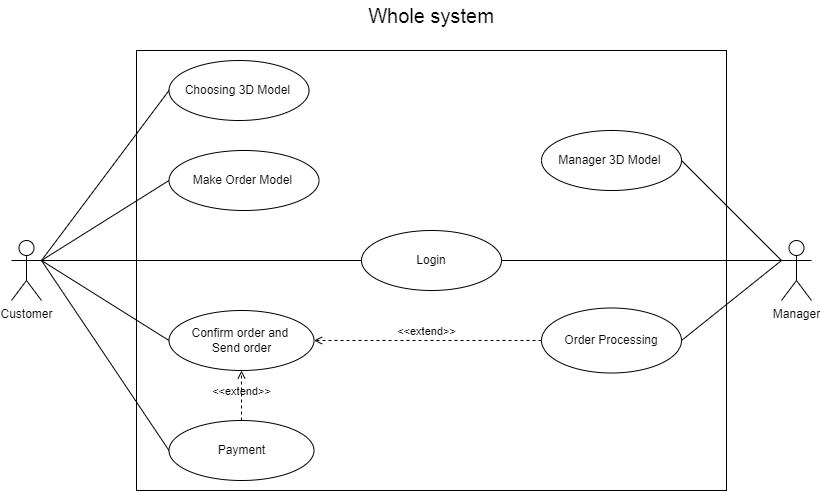
The draw.io diagram contents/images/usecase/DACNPM-WholeSystem.png in ngyngcphu/tick3D-docs, before a commit. Source tidied: cells renumbered, new cells last; positions are measured from the earlier drawing's top-left corner, leaving out a move shared by most shapes. Source of this version:
```xml
<mxGraphModel>
  <root>
    <mxCell id="0" />
    <mxCell id="1" parent="0" />
    <mxCell id="2" style="rounded=0;whiteSpace=wrap;html=1;" parent="1" vertex="1">
      <mxGeometry x="125" y="50" width="590" height="440" as="geometry" />
    </mxCell>
    <mxCell id="3" value="Customer" style="shape=umlActor;verticalLabelPosition=bottom;verticalAlign=top;html=1;outlineConnect=0;" parent="1" vertex="1">
      <mxGeometry y="240" width="30" height="60" as="geometry" />
    </mxCell>
    <mxCell id="4" value="Manager" style="shape=umlActor;verticalLabelPosition=bottom;verticalAlign=top;html=1;outlineConnect=0;" parent="1" vertex="1">
      <mxGeometry x="770" y="240" width="30" height="60" as="geometry" />
    </mxCell>
    <mxCell id="5" value="&lt;font style=&quot;font-size: 20px;&quot;&gt;Whole system&lt;/font&gt;" style="text;html=1;strokeColor=none;fillColor=none;align=center;verticalAlign=middle;whiteSpace=wrap;rounded=0;" parent="1" vertex="1">
      <mxGeometry x="285" width="270" height="30" as="geometry" />
    </mxCell>
    <mxCell id="6" value="Choosing 3D Model&amp;nbsp;" style="ellipse;whiteSpace=wrap;html=1;" parent="1" vertex="1">
      <mxGeometry x="157.5" y="60" width="140" height="60" as="geometry" />
    </mxCell>
    <mxCell id="7" value="Manager 3D Model&amp;nbsp;" style="ellipse;whiteSpace=wrap;html=1;" parent="1" vertex="1">
      <mxGeometry x="530" y="130" width="140" height="60" as="geometry" />
    </mxCell>
    <mxCell id="8" value="Make Order Model&amp;nbsp;" style="ellipse;whiteSpace=wrap;html=1;" parent="1" vertex="1">
      <mxGeometry x="157.5" y="150" width="150" height="60" as="geometry" />
    </mxCell>
    <mxCell id="9" value="Confirm order and&amp;nbsp;&lt;br&gt;Send order" style="ellipse;whiteSpace=wrap;html=1;" parent="1" vertex="1">
      <mxGeometry x="157.5" y="310" width="145" height="60" as="geometry" />
    </mxCell>
    <mxCell id="10" value="Payment" style="ellipse;whiteSpace=wrap;html=1;" parent="1" vertex="1">
      <mxGeometry x="157.5" y="420" width="145" height="60" as="geometry" />
    </mxCell>
    <mxCell id="11" value="Order Processing" style="ellipse;whiteSpace=wrap;html=1;" parent="1" vertex="1">
      <mxGeometry x="530" y="307.5" width="140" height="65" as="geometry" />
    </mxCell>
    <mxCell id="12" style="endArrow=none;html=1;rounded=0;entryX=0;entryY=0.5;entryDx=0;entryDy=0;" parent="1" edge="1" target="19">
      <mxGeometry relative="1" as="geometry">
        <mxPoint x="30" y="260" as="sourcePoint" />
      </mxGeometry>
    </mxCell>
    <mxCell id="13" style="endArrow=none;html=1;rounded=0;exitX=1;exitY=0.3333333333333333;exitDx=0;exitDy=0;exitPerimeter=0;entryX=0;entryY=0.5;entryDx=0;entryDy=0;" parent="1" edge="1" source="3" target="6">
      <mxGeometry relative="1" as="geometry" />
    </mxCell>
    <mxCell id="14" style="endArrow=none;html=1;rounded=0;exitX=1;exitY=0.3333333333333333;exitDx=0;exitDy=0;exitPerimeter=0;entryX=0;entryY=0.5;entryDx=0;entryDy=0;" parent="1" edge="1" source="3" target="9">
      <mxGeometry relative="1" as="geometry" />
    </mxCell>
    <mxCell id="15" style="endArrow=none;html=1;rounded=0;entryX=1;entryY=0.5;entryDx=0;entryDy=0;exitX=0;exitY=0.3333333333333333;exitDx=0;exitDy=0;exitPerimeter=0;" parent="1" edge="1" source="4" target="7">
      <mxGeometry relative="1" as="geometry" />
    </mxCell>
    <mxCell id="16" style="endArrow=none;html=1;rounded=0;entryX=0;entryY=0.3333333333333333;entryDx=0;entryDy=0;entryPerimeter=0;exitX=1;exitY=0.5;exitDx=0;exitDy=0;" parent="1" edge="1" source="11" target="4">
      <mxGeometry relative="1" as="geometry" />
    </mxCell>
    <mxCell id="17" style="endArrow=none;html=1;rounded=0;exitX=1;exitY=0.3333333333333333;exitDx=0;exitDy=0;exitPerimeter=0;entryX=0;entryY=0.5;entryDx=0;entryDy=0;" parent="1" edge="1" source="3" target="10">
      <mxGeometry relative="1" as="geometry" />
    </mxCell>
    <mxCell id="18" value="&amp;lt;&amp;lt;extend&amp;gt;&amp;gt;" style="html=1;verticalAlign=bottom;labelBackgroundColor=none;endArrow=open;endFill=0;dashed=1;rounded=0;exitX=0;exitY=0.5;exitDx=0;exitDy=0;entryX=1;entryY=0.5;entryDx=0;entryDy=0;" parent="1" edge="1" source="11" target="9">
      <mxGeometry relative="1" as="geometry" />
    </mxCell>
    <mxCell id="19" value="Login" style="ellipse;whiteSpace=wrap;html=1;" parent="1" vertex="1">
      <mxGeometry x="350" y="230" width="140" height="60" as="geometry" />
    </mxCell>
    <mxCell id="20" style="endArrow=none;html=1;rounded=0;exitX=1;exitY=0.5;exitDx=0;exitDy=0;entryX=0;entryY=0.3333333333333333;entryDx=0;entryDy=0;entryPerimeter=0;" parent="1" edge="1" source="19" target="4">
      <mxGeometry relative="1" as="geometry" />
    </mxCell>
    <mxCell id="21" style="endArrow=none;html=1;rounded=0;entryX=0;entryY=0.5;entryDx=0;entryDy=0;exitX=1;exitY=0.3333333333333333;exitDx=0;exitDy=0;exitPerimeter=0;" parent="1" edge="1" source="3" target="8">
      <mxGeometry relative="1" as="geometry" />
    </mxCell>
    <mxCell id="22" value="&amp;lt;&amp;lt;extend&amp;gt;&amp;gt;" style="html=1;verticalAlign=bottom;labelBackgroundColor=none;endArrow=open;endFill=0;dashed=1;rounded=0;entryX=0.5;entryY=1;entryDx=0;entryDy=0;exitX=0.5;exitY=0;exitDx=0;exitDy=0;" parent="1" edge="1" source="10" target="9">
      <mxGeometry x="-0.2" relative="1" as="geometry" />
    </mxCell>
  </root>
</mxGraphModel>
```
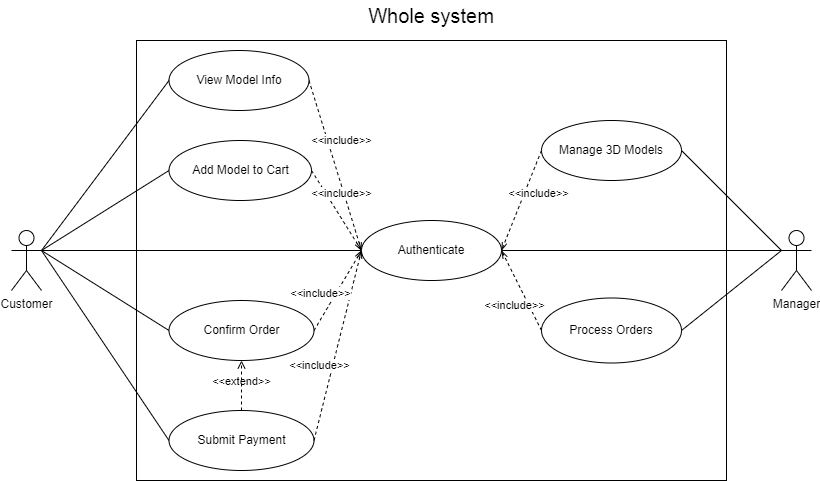
Above is the later version.

What changed in the source:
```diff
@@ -12,24 +12,27 @@
       <mxGeometry x="770" y="240" width="30" height="60" as="geometry" />
     </mxCell>
     <mxCell id="5" value="&lt;font style=&quot;font-size: 20px;&quot;&gt;Whole system&lt;/font&gt;" style="text;html=1;strokeColor=none;fillColor=none;align=center;verticalAlign=middle;whiteSpace=wrap;rounded=0;" parent="1" vertex="1">
-      <mxGeometry x="285" width="270" height="30" as="geometry" />
+      <mxGeometry x="285" y="10" width="270" height="30" as="geometry" />
     </mxCell>
+    <mxCell id="23" value="&amp;lt;&amp;lt;include&amp;gt;&amp;gt;" style="rounded=0;jettySize=auto;html=1;exitX=1;exitY=0.5;exitDx=0;exitDy=0;entryX=0;entryY=0.5;entryDx=0;entryDy=0;endArrow=openThin;endFill=0;dashed=1;sourcePerimeterSpacing=0;" parent="1" edge="1" source="6" target="19">
+      <mxGeometry x="-0.25" y="13" relative="1" as="geometry" />
+    </mxCell>
-    <mxCell id="6" value="Choosing 3D Model&amp;nbsp;" style="ellipse;whiteSpace=wrap;html=1;" parent="1" vertex="1">
+    <mxCell id="6" value="View Model Info" style="ellipse;whiteSpace=wrap;html=1;" parent="1" vertex="1">
       <mxGeometry x="157.5" y="60" width="140" height="60" as="geometry" />
     </mxCell>
-    <mxCell id="7" value="Manager 3D Model&amp;nbsp;" style="ellipse;whiteSpace=wrap;html=1;" parent="1" vertex="1">
+    <mxCell id="7" value="Manage 3D Models" style="ellipse;whiteSpace=wrap;html=1;" parent="1" vertex="1">
       <mxGeometry x="530" y="130" width="140" height="60" as="geometry" />
     </mxCell>
-    <mxCell id="8" value="Make Order Model&amp;nbsp;" style="ellipse;whiteSpace=wrap;html=1;" parent="1" vertex="1">
-      <mxGeometry x="157.5" y="150" width="150" height="60" as="geometry" />
+    <mxCell id="8" value="Add Model to Cart" style="ellipse;whiteSpace=wrap;html=1;" parent="1" vertex="1">
+      <mxGeometry x="157.5" y="150" width="142.5" height="60" as="geometry" />
     </mxCell>
-    <mxCell id="9" value="Confirm order and&amp;nbsp;&lt;br&gt;Send order" style="ellipse;whiteSpace=wrap;html=1;" parent="1" vertex="1">
+    <mxCell id="9" value="Confirm Order" style="ellipse;whiteSpace=wrap;html=1;" parent="1" vertex="1">
       <mxGeometry x="157.5" y="310" width="145" height="60" as="geometry" />
     </mxCell>
-    <mxCell id="10" value="Payment" style="ellipse;whiteSpace=wrap;html=1;" parent="1" vertex="1">
+    <mxCell id="10" value="Submit Payment" style="ellipse;whiteSpace=wrap;html=1;" parent="1" vertex="1">
       <mxGeometry x="157.5" y="420" width="145" height="60" as="geometry" />
     </mxCell>
-    <mxCell id="11" value="Order Processing" style="ellipse;whiteSpace=wrap;html=1;" parent="1" vertex="1">
+    <mxCell id="11" value="Process Orders" style="ellipse;whiteSpace=wrap;html=1;" parent="1" vertex="1">
       <mxGeometry x="530" y="307.5" width="140" height="65" as="geometry" />
     </mxCell>
     <mxCell id="12" style="endArrow=none;html=1;rounded=0;entryX=0;entryY=0.5;entryDx=0;entryDy=0;" parent="1" edge="1" target="19">
@@ -52,10 +55,7 @@
     <mxCell id="17" style="endArrow=none;html=1;rounded=0;exitX=1;exitY=0.3333333333333333;exitDx=0;exitDy=0;exitPerimeter=0;entryX=0;entryY=0.5;entryDx=0;entryDy=0;" parent="1" edge="1" source="3" target="10">
       <mxGeometry relative="1" as="geometry" />
     </mxCell>
-    <mxCell id="18" value="&amp;lt;&amp;lt;extend&amp;gt;&amp;gt;" style="html=1;verticalAlign=bottom;labelBackgroundColor=none;endArrow=open;endFill=0;dashed=1;rounded=0;exitX=0;exitY=0.5;exitDx=0;exitDy=0;entryX=1;entryY=0.5;entryDx=0;entryDy=0;" parent="1" edge="1" source="11" target="9">
-      <mxGeometry relative="1" as="geometry" />
-    </mxCell>
-    <mxCell id="19" value="Login" style="ellipse;whiteSpace=wrap;html=1;" parent="1" vertex="1">
+    <mxCell id="19" value="Authenticate" style="ellipse;whiteSpace=wrap;html=1;" parent="1" vertex="1">
       <mxGeometry x="350" y="230" width="140" height="60" as="geometry" />
     </mxCell>
     <mxCell id="20" style="endArrow=none;html=1;rounded=0;exitX=1;exitY=0.5;exitDx=0;exitDy=0;entryX=0;entryY=0.3333333333333333;entryDx=0;entryDy=0;entryPerimeter=0;" parent="1" edge="1" source="19" target="4">
@@ -67,5 +67,22 @@
     <mxCell id="22" value="&amp;lt;&amp;lt;extend&amp;gt;&amp;gt;" style="html=1;verticalAlign=bottom;labelBackgroundColor=none;endArrow=open;endFill=0;dashed=1;rounded=0;entryX=0.5;entryY=1;entryDx=0;entryDy=0;exitX=0.5;exitY=0;exitDx=0;exitDy=0;" parent="1" edge="1" source="10" target="9">
       <mxGeometry x="-0.2" relative="1" as="geometry" />
     </mxCell>
+    <mxCell id="24" value="&amp;lt;&amp;lt;include&amp;gt;&amp;gt;" style="rounded=0;jettySize=auto;html=1;exitX=1;exitY=0.5;exitDx=0;exitDy=0;endArrow=openThin;endFill=0;dashed=1;sourcePerimeterSpacing=0;entryX=0;entryY=0.5;entryDx=0;entryDy=0;" parent="1" edge="1" source="10" target="19">
+      <mxGeometry x="-0.25" y="13" relative="1" as="geometry" />
+    </mxCell>
+    <mxCell id="25" value="&amp;lt;&amp;lt;include&amp;gt;&amp;gt;" style="rounded=0;jettySize=auto;html=1;exitX=1;exitY=0.5;exitDx=0;exitDy=0;endArrow=openThin;endFill=0;dashed=1;sourcePerimeterSpacing=0;" parent="1" edge="1" source="9">
+      <mxGeometry x="-0.25" y="13" relative="1" as="geometry">
+        <mxPoint x="350" y="260" as="targetPoint" />
+      </mxGeometry>
+    </mxCell>
+    <mxCell id="26" value="&amp;lt;&amp;lt;include&amp;gt;&amp;gt;" style="rounded=0;jettySize=auto;html=1;exitX=1;exitY=0.5;exitDx=0;exitDy=0;entryX=0;entryY=0.5;entryDx=0;entryDy=0;endArrow=openThin;endFill=0;dashed=1;sourcePerimeterSpacing=0;" parent="1" edge="1" source="8" target="19">
+      <mxGeometry x="-0.25" y="13" relative="1" as="geometry" />
+    </mxCell>
+    <mxCell id="27" value="&amp;lt;&amp;lt;include&amp;gt;&amp;gt;" style="rounded=0;jettySize=auto;html=1;exitX=0;exitY=0.5;exitDx=0;exitDy=0;entryX=1;entryY=0.5;entryDx=0;entryDy=0;endArrow=openThin;endFill=0;dashed=1;sourcePerimeterSpacing=0;" parent="1" edge="1" source="7" target="19">
+      <mxGeometry x="-0.25" y="13" relative="1" as="geometry" />
+    </mxCell>
+    <mxCell id="28" value="&amp;lt;&amp;lt;include&amp;gt;&amp;gt;" style="rounded=0;jettySize=auto;html=1;exitX=0;exitY=0.5;exitDx=0;exitDy=0;endArrow=openThin;endFill=0;dashed=1;sourcePerimeterSpacing=0;entryX=1;entryY=0.5;entryDx=0;entryDy=0;" parent="1" edge="1" source="11" target="19">
+      <mxGeometry x="-0.25" y="13" relative="1" as="geometry" />
+    </mxCell>
   </root>
 </mxGraphModel>
```
